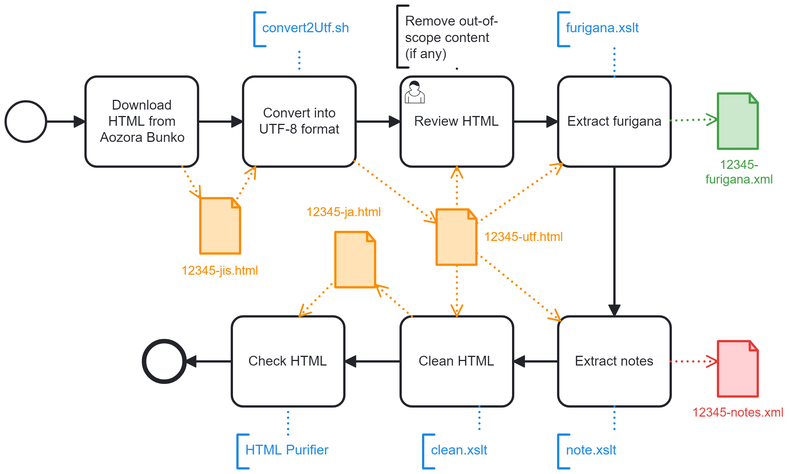
Above: 1-CleanUp.png in japotrad/blue-sora (BPMN), before the change. Its source is kept beside it as 1-CleanUp.bpmn. Ids are renumbered.
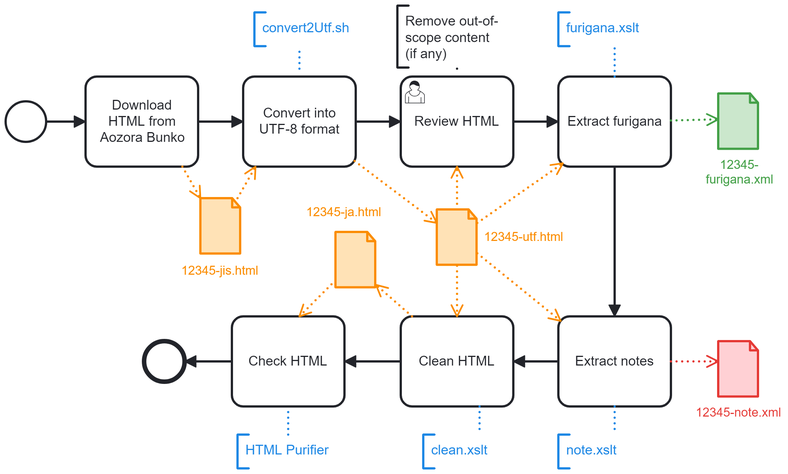
Later version of the same file.

Diff of the diagram source:
```diff
@@ -58,7 +58,7 @@
       </bpmn:dataOutputAssociation>
     </bpmn:task>
     <bpmn:sequenceFlow id="Flow_n16" sourceRef="Activity_n14" targetRef="Activity_n22" />
-    <bpmn:dataObjectReference id="DataObjectReference_n27" name="12345-notes.xml" dataObjectRef="DataObject_n28" />
+    <bpmn:dataObjectReference id="DataObjectReference_n27" name="12345-note.xml" dataObjectRef="DataObject_n28" />
     <bpmn:dataObject id="DataObject_n28" />
     <bpmn:task id="Activity_n29" name="Check HTML">
       <bpmn:documentation>Check conformance to a simplified XHTML format.</bpmn:documentation>
@@ -152,21 +152,31 @@
         <dc:Bounds x="390" y="137" width="100" height="80" />
         <bpmndi:BPMNLabel />
       </bpmndi:BPMNShape>
-      <bpmndi:BPMNShape id="Activity_n39_di" bpmnElement="Activity_n39">
-        <dc:Bounds x="530" y="137" width="100" height="80" />
-        <bpmndi:BPMNLabel />
+      <bpmndi:BPMNShape id="DataObjectReference_n6_di" bpmnElement="DataObjectReference_n6" bioc:stroke="#fb8c00" bioc:fill="#ffe0b2" color:background-color="#ffe0b2" color:border-color="#fb8c00">
+        <dc:Bounds x="352" y="245" width="36" height="50" />
+        <bpmndi:BPMNLabel>
+          <dc:Bounds x="335" y="303" width="69" height="14" />
+        </bpmndi:BPMNLabel>
       </bpmndi:BPMNShape>
       <bpmndi:BPMNShape id="Activity_n14_di" bpmnElement="Activity_n14">
         <dc:Bounds x="670" y="137" width="100" height="80" />
         <bpmndi:BPMNLabel />
       </bpmndi:BPMNShape>
+      <bpmndi:BPMNShape id="DataObjectReference_n20_di" bpmnElement="DataObjectReference_n20" bioc:stroke="#43a047" bioc:fill="#c8e6c9" color:background-color="#c8e6c9" color:border-color="#43a047">
+        <dc:Bounds x="812" y="152" width="36" height="50" />
+        <bpmndi:BPMNLabel>
+          <dc:Bounds x="801" y="209" width="60" height="27" />
+        </bpmndi:BPMNLabel>
+      </bpmndi:BPMNShape>
       <bpmndi:BPMNShape id="Activity_n22_di" bpmnElement="Activity_n22">
         <dc:Bounds x="670" y="350" width="100" height="80" />
         <bpmndi:BPMNLabel />
       </bpmndi:BPMNShape>
-      <bpmndi:BPMNShape id="Activity_n35_di" bpmnElement="Activity_n35">
-        <dc:Bounds x="530" y="350" width="100" height="80" />
-        <bpmndi:BPMNLabel />
+      <bpmndi:BPMNShape id="DataObjectReference_n27_di" bpmnElement="DataObjectReference_n27" bioc:stroke="#e53935" bioc:fill="#ffcdd2" color:background-color="#ffcdd2" color:border-color="#e53935">
+        <dc:Bounds x="812" y="372" width="36" height="50" />
+        <bpmndi:BPMNLabel>
+          <dc:Bounds x="792" y="429" width="77" height="14" />
+        </bpmndi:BPMNLabel>
       </bpmndi:BPMNShape>
       <bpmndi:BPMNShape id="Activity_n29_di" bpmnElement="Activity_n29">
         <dc:Bounds x="380" y="350" width="100" height="80" />
@@ -175,16 +185,10 @@
       <bpmndi:BPMNShape id="Event_n36_di" bpmnElement="Event_n36">
         <dc:Bounds x="302" y="372" width="36" height="36" />
       </bpmndi:BPMNShape>
-      <bpmndi:BPMNShape id="DataObjectReference_n20_di" bpmnElement="DataObjectReference_n20" bioc:stroke="#43a047" bioc:fill="#c8e6c9" color:background-color="#c8e6c9" color:border-color="#43a047">
-        <dc:Bounds x="812" y="152" width="36" height="50" />
+      <bpmndi:BPMNShape id="DataObjectReference_n34_di" bpmnElement="DataObjectReference_n34" bioc:stroke="#fb8c00" bioc:fill="#ffe0b2" color:background-color="#ffe0b2" color:border-color="#fb8c00">
+        <dc:Bounds x="472" y="275" width="36" height="50" />
         <bpmndi:BPMNLabel>
-          <dc:Bounds x="801" y="209" width="60" height="27" />
-        </bpmndi:BPMNLabel>
-      </bpmndi:BPMNShape>
-      <bpmndi:BPMNShape id="DataObjectReference_n27_di" bpmnElement="DataObjectReference_n27" bioc:stroke="#e53935" bioc:fill="#ffcdd2" color:background-color="#ffcdd2" color:border-color="#e53935">
-        <dc:Bounds x="812" y="372" width="36" height="50" />
-        <bpmndi:BPMNLabel>
-          <dc:Bounds x="789" y="429" width="82" height="14" />
+          <dc:Bounds x="446" y="251" width="67" height="14" />
         </bpmndi:BPMNLabel>
       </bpmndi:BPMNShape>
       <bpmndi:BPMNShape id="DataObjectReference_n12_di" bpmnElement="DataObjectReference_n12" bioc:stroke="#fb8c00" bioc:fill="#ffe0b2" color:background-color="#ffe0b2" color:border-color="#fb8c00">
@@ -193,42 +197,38 @@
           <dc:Bounds x="604" y="273" width="71" height="14" />
         </bpmndi:BPMNLabel>
       </bpmndi:BPMNShape>
-      <bpmndi:BPMNShape id="DataObjectReference_n34_di" bpmnElement="DataObjectReference_n34" bioc:stroke="#fb8c00" bioc:fill="#ffe0b2" color:background-color="#ffe0b2" color:border-color="#fb8c00">
-        <dc:Bounds x="472" y="275" width="36" height="50" />
-        <bpmndi:BPMNLabel>
-          <dc:Bounds x="446" y="251" width="67" height="14" />
-        </bpmndi:BPMNLabel>
+      <bpmndi:BPMNShape id="Activity_n35_di" bpmnElement="Activity_n35">
+        <dc:Bounds x="530" y="350" width="100" height="80" />
+        <bpmndi:BPMNLabel />
       </bpmndi:BPMNShape>
-      <bpmndi:BPMNShape id="DataObjectReference_n6_di" bpmnElement="DataObjectReference_n6" bioc:stroke="#fb8c00" bioc:fill="#ffe0b2" color:background-color="#ffe0b2" color:border-color="#fb8c00">
-        <dc:Bounds x="352" y="245" width="36" height="50" />
-        <bpmndi:BPMNLabel>
-          <dc:Bounds x="335" y="303" width="69" height="14" />
-        </bpmndi:BPMNLabel>
+      <bpmndi:BPMNShape id="Activity_n39_di" bpmnElement="Activity_n39">
+        <dc:Bounds x="530" y="137" width="100" height="80" />
+        <bpmndi:BPMNLabel />
       </bpmndi:BPMNShape>
-      <bpmndi:BPMNEdge id="Association_n46_di" bpmnElement="Association_n46" bioc:stroke="#1e88e5" color:border-color="#1e88e5">
-        <di:waypoint x="440" y="130" />
-        <di:waypoint x="440" y="110" />
-      </bpmndi:BPMNEdge>
-      <bpmndi:BPMNEdge id="Association_n50_di" bpmnElement="Association_n50">
-        <di:waypoint x="580" y="130" />
-        <di:waypoint x="580" y="129" />
-      </bpmndi:BPMNEdge>
-      <bpmndi:BPMNEdge id="Association_n54_di" bpmnElement="Association_n54" bioc:stroke="#1e88e5" color:border-color="#1e88e5">
-        <di:waypoint x="720" y="430" />
-        <di:waypoint x="720" y="455" />
-      </bpmndi:BPMNEdge>
-      <bpmndi:BPMNEdge id="Association_n52_di" bpmnElement="Association_n52" bioc:stroke="#1e88e5" color:border-color="#1e88e5">
-        <di:waypoint x="720" y="137" />
-        <di:waypoint x="720" y="110" />
-      </bpmndi:BPMNEdge>
-      <bpmndi:BPMNEdge id="Association_n56_di" bpmnElement="Association_n56" bioc:stroke="#1e88e5" color:border-color="#1e88e5">
-        <di:waypoint x="600" y="430" />
-        <di:waypoint x="600" y="455" />
-      </bpmndi:BPMNEdge>
-      <bpmndi:BPMNEdge id="Association_n48_di" bpmnElement="Association_n48" bioc:stroke="#1e88e5" color:border-color="#1e88e5">
-        <di:waypoint x="430" y="455" />
-        <di:waypoint x="430" y="430" />
-      </bpmndi:BPMNEdge>
+      <bpmndi:BPMNShape id="TextAnnotation_n45_di" bpmnElement="TextAnnotation_n45" bioc:stroke="#1e88e5" bioc:fill="#bbdefb" color:background-color="#bbdefb" color:border-color="#1e88e5">
+        <dc:Bounds x="400" y="80" width="122" height="30" />
+        <bpmndi:BPMNLabel />
+      </bpmndi:BPMNShape>
+      <bpmndi:BPMNShape id="BPMNShape_n57" bpmnElement="TextAnnotation_n47" bioc:stroke="#1e88e5" bioc:fill="#bbdefb" color:background-color="#bbdefb" color:border-color="#1e88e5">
+        <dc:Bounds x="385" y="455" width="90" height="30" />
+        <bpmndi:BPMNLabel />
+      </bpmndi:BPMNShape>
+      <bpmndi:BPMNShape id="TextAnnotation_n49_di" bpmnElement="TextAnnotation_n49">
+        <dc:Bounds x="527" y="74" width="104.99131774902344" height="54.99131774902344" />
+        <bpmndi:BPMNLabel />
+      </bpmndi:BPMNShape>
+      <bpmndi:BPMNShape id="TextAnnotation_n51_di" bpmnElement="TextAnnotation_n51" bioc:stroke="#1e88e5" bioc:fill="#bbdefb" color:background-color="#bbdefb" color:border-color="#1e88e5">
+        <dc:Bounds x="670" y="80" width="90" height="30" />
+        <bpmndi:BPMNLabel />
+      </bpmndi:BPMNShape>
+      <bpmndi:BPMNShape id="TextAnnotation_n53_di" bpmnElement="TextAnnotation_n53" bioc:stroke="#1e88e5" bioc:fill="#bbdefb" color:background-color="#bbdefb" color:border-color="#1e88e5">
+        <dc:Bounds x="670" y="455" width="100" height="29.99131965637207" />
+        <bpmndi:BPMNLabel />
+      </bpmndi:BPMNShape>
+      <bpmndi:BPMNShape id="TextAnnotation_n55_di" bpmnElement="TextAnnotation_n55" bioc:stroke="#1e88e5" bioc:fill="#bbdefb" color:background-color="#bbdefb" color:border-color="#1e88e5">
+        <dc:Bounds x="550" y="455" width="70" height="30" />
+        <bpmndi:BPMNLabel />
+      </bpmndi:BPMNShape>
       <bpmndi:BPMNEdge id="DataOutputAssociation_n5_di" bpmnElement="DataOutputAssociation_n5" bioc:stroke="#fb8c00" color:border-color="#fb8c00">
         <di:waypoint x="336" y="217" />
         <di:waypoint x="352" y="245" />
@@ -257,6 +257,10 @@
         <di:waypoint x="770" y="176" />
         <di:waypoint x="812" y="175" />
       </bpmndi:BPMNEdge>
+      <bpmndi:BPMNEdge id="DataInputAssociation_n25_di" bpmnElement="DataInputAssociation_n25" bioc:stroke="#fb8c00" color:border-color="#fb8c00">
+        <di:waypoint x="598" y="294" />
+        <di:waypoint x="672" y="354" />
+      </bpmndi:BPMNEdge>
       <bpmndi:BPMNEdge id="DataOutputAssociation_n26_di" bpmnElement="DataOutputAssociation_n26" bioc:stroke="#e53935" color:border-color="#e53935">
         <di:waypoint x="770" y="390" />
         <di:waypoint x="812" y="390" />
@@ -265,9 +269,9 @@
         <di:waypoint x="720" y="217" />
         <di:waypoint x="720" y="350" />
       </bpmndi:BPMNEdge>
-      <bpmndi:BPMNEdge id="DataOutputAssociation_n42_di" bpmnElement="DataOutputAssociation_n42" bioc:stroke="#fb8c00" color:border-color="#fb8c00">
-        <di:waypoint x="540" y="350" />
-        <di:waypoint x="508" y="322" />
+      <bpmndi:BPMNEdge id="DataInputAssociation_n33_di" bpmnElement="DataInputAssociation_n33" bioc:stroke="#fb8c00" color:border-color="#fb8c00">
+        <di:waypoint x="472" y="318" />
+        <di:waypoint x="440" y="350" />
       </bpmndi:BPMNEdge>
       <bpmndi:BPMNEdge id="Flow_n23_di" bpmnElement="Flow_n23">
         <di:waypoint x="670" y="390" />
@@ -281,6 +285,18 @@
         <di:waypoint x="490" y="177" />
         <di:waypoint x="530" y="177" />
       </bpmndi:BPMNEdge>
+      <bpmndi:BPMNEdge id="DataInputAssociation_n41_di" bpmnElement="DataInputAssociation_n41" bioc:stroke="#fb8c00" color:border-color="#fb8c00">
+        <di:waypoint x="580" y="305" />
+        <di:waypoint x="580" y="350" />
+      </bpmndi:BPMNEdge>
+      <bpmndi:BPMNEdge id="DataOutputAssociation_n42_di" bpmnElement="DataOutputAssociation_n42" bioc:stroke="#fb8c00" color:border-color="#fb8c00">
+        <di:waypoint x="540" y="350" />
+        <di:waypoint x="508" y="322" />
+      </bpmndi:BPMNEdge>
+      <bpmndi:BPMNEdge id="DataInputAssociation_n44_di" bpmnElement="DataInputAssociation_n44" bioc:stroke="#fb8c00" color:border-color="#fb8c00">
+        <di:waypoint x="580" y="255" />
+        <di:waypoint x="580" y="217" />
+      </bpmndi:BPMNEdge>
       <bpmndi:BPMNEdge id="Flow_n15_di" bpmnElement="Flow_n15">
         <di:waypoint x="630" y="177" />
         <di:waypoint x="670" y="177" />
@@ -289,46 +305,30 @@
         <di:waypoint x="530" y="390" />
         <di:waypoint x="480" y="390" />
       </bpmndi:BPMNEdge>
-      <bpmndi:BPMNShape id="TextAnnotation_n45_di" bpmnElement="TextAnnotation_n45" bioc:stroke="#1e88e5" bioc:fill="#bbdefb" color:background-color="#bbdefb" color:border-color="#1e88e5">
-        <dc:Bounds x="400" y="80" width="122" height="30" />
-        <bpmndi:BPMNLabel />
-      </bpmndi:BPMNShape>
-      <bpmndi:BPMNEdge id="DataInputAssociation_n25_di" bpmnElement="DataInputAssociation_n25" bioc:stroke="#fb8c00" color:border-color="#fb8c00">
-        <di:waypoint x="598" y="294" />
-        <di:waypoint x="672" y="354" />
+      <bpmndi:BPMNEdge id="Association_n46_di" bpmnElement="Association_n46" bioc:stroke="#1e88e5" color:border-color="#1e88e5">
+        <di:waypoint x="440" y="130" />
+        <di:waypoint x="440" y="110" />
       </bpmndi:BPMNEdge>
-      <bpmndi:BPMNEdge id="DataInputAssociation_n41_di" bpmnElement="DataInputAssociation_n41" bioc:stroke="#fb8c00" color:border-color="#fb8c00">
-        <di:waypoint x="580" y="305" />
-        <di:waypoint x="580" y="350" />
+      <bpmndi:BPMNEdge id="Association_n48_di" bpmnElement="Association_n48" bioc:stroke="#1e88e5" color:border-color="#1e88e5">
+        <di:waypoint x="430" y="455" />
+        <di:waypoint x="430" y="430" />
       </bpmndi:BPMNEdge>
-      <bpmndi:BPMNEdge id="DataInputAssociation_n33_di" bpmnElement="DataInputAssociation_n33" bioc:stroke="#fb8c00" color:border-color="#fb8c00">
-        <di:waypoint x="472" y="318" />
-        <di:waypoint x="440" y="350" />
+      <bpmndi:BPMNEdge id="Association_n50_di" bpmnElement="Association_n50">
+        <di:waypoint x="580" y="130" />
+        <di:waypoint x="580" y="129" />
       </bpmndi:BPMNEdge>
-      <bpmndi:BPMNEdge id="DataInputAssociation_n44_di" bpmnElement="DataInputAssociation_n44" bioc:stroke="#fb8c00" color:border-color="#fb8c00">
-        <di:waypoint x="580" y="255" />
-        <di:waypoint x="580" y="217" />
+      <bpmndi:BPMNEdge id="Association_n52_di" bpmnElement="Association_n52" bioc:stroke="#1e88e5" color:border-color="#1e88e5">
+        <di:waypoint x="720" y="137" />
+        <di:waypoint x="720" y="110" />
       </bpmndi:BPMNEdge>
-      <bpmndi:BPMNShape id="TextAnnotation_n49_di" bpmnElement="TextAnnotation_n49">
-        <dc:Bounds x="527" y="74" width="104.99131774902344" height="54.99131774902344" />
-        <bpmndi:BPMNLabel />
-      </bpmndi:BPMNShape>
-      <bpmndi:BPMNShape id="TextAnnotation_n53_di" bpmnElement="TextAnnotation_n53" bioc:stroke="#1e88e5" bioc:fill="#bbdefb" color:background-color="#bbdefb" color:border-color="#1e88e5">
-        <dc:Bounds x="670" y="455" width="100" height="29.99131965637207" />
-        <bpmndi:BPMNLabel />
-      </bpmndi:BPMNShape>
-      <bpmndi:BPMNShape id="TextAnnotation_n51_di" bpmnElement="TextAnnotation_n51" bioc:stroke="#1e88e5" bioc:fill="#bbdefb" color:background-color="#bbdefb" color:border-color="#1e88e5">
-        <dc:Bounds x="670" y="80" width="90" height="30" />
-        <bpmndi:BPMNLabel />
-      </bpmndi:BPMNShape>
-      <bpmndi:BPMNShape id="TextAnnotation_n55_di" bpmnElement="TextAnnotation_n55" bioc:stroke="#1e88e5" bioc:fill="#bbdefb" color:background-color="#bbdefb" color:border-color="#1e88e5">
-        <dc:Bounds x="550" y="455" width="70" height="30" />
-        <bpmndi:BPMNLabel />
-      </bpmndi:BPMNShape>
-      <bpmndi:BPMNShape id="BPMNShape_n57" bpmnElement="TextAnnotation_n47" bioc:stroke="#1e88e5" bioc:fill="#bbdefb" color:background-color="#bbdefb" color:border-color="#1e88e5">
-        <dc:Bounds x="385" y="455" width="90" height="30" />
-        <bpmndi:BPMNLabel />
-      </bpmndi:BPMNShape>
+      <bpmndi:BPMNEdge id="Association_n54_di" bpmnElement="Association_n54" bioc:stroke="#1e88e5" color:border-color="#1e88e5">
+        <di:waypoint x="720" y="430" />
+        <di:waypoint x="720" y="455" />
+      </bpmndi:BPMNEdge>
+      <bpmndi:BPMNEdge id="Association_n56_di" bpmnElement="Association_n56" bioc:stroke="#1e88e5" color:border-color="#1e88e5">
+        <di:waypoint x="600" y="430" />
+        <di:waypoint x="600" y="455" />
+      </bpmndi:BPMNEdge>
     </bpmndi:BPMNPlane>
   </bpmndi:BPMNDiagram>
 </bpmn:definitions>
```
